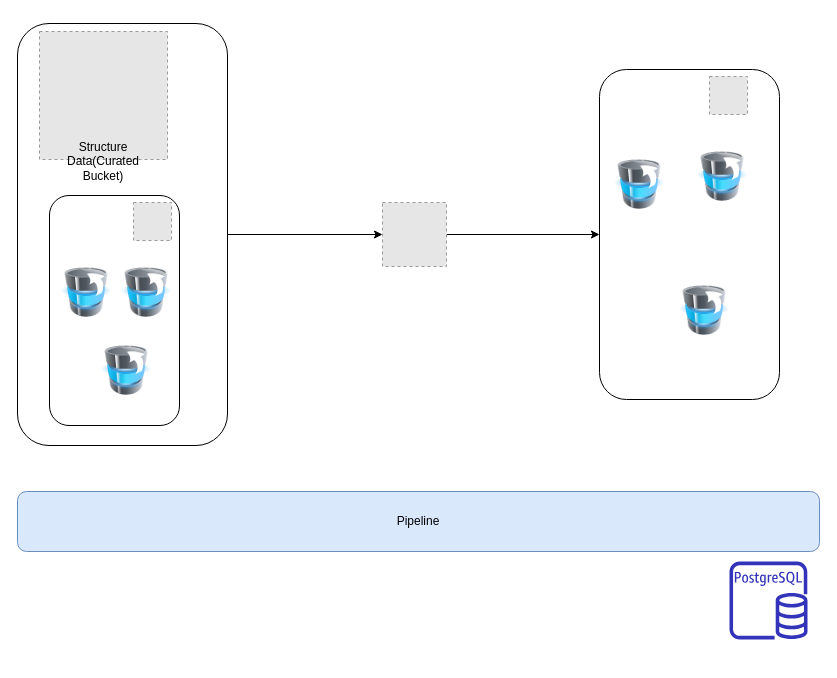
The draw.io diagram dbloader.drawio in bkosaraju/drawio, before the edit. Source tidied: cells renumbered, new cells numbered last; positions are measured from the earlier drawing's top-left corner, leaving out a move shared by most shapes. Both pictures are drawn from the tidied source at 100%, with x=0, y=0 at pixel (17, 23). Pictures stored in the file or linked from it are replaced by grey dashed boxes.
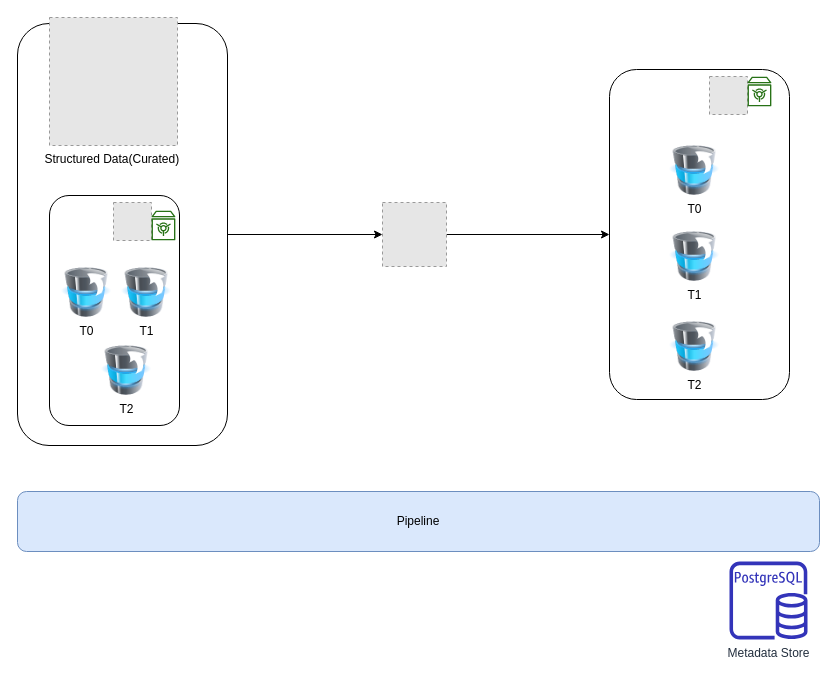
Above is the later version.

Change to the diagram source:
```diff
@@
-    <mxCell id="5" style="fillColor=#E6E6E6;strokeColor=#999999;dashed=1;html=1;verticalAlign=top;verticalLabelPosition=bottom;labelBackgroundColor=#ffffff;" parent="1" vertex="1">
-      <mxGeometry x="22" y="8" width="128" height="128" as="geometry" />
+    <mxCell id="5" value="Structured Data(Curated)&amp;nbsp;" style="fillColor=#E6E6E6;strokeColor=#999999;dashed=1;html=1;verticalAlign=top;verticalLabelPosition=bottom;labelBackgroundColor=#ffffff;" parent="1" vertex="1">
+      <mxGeometry x="32" y="-6" width="128" height="128" as="geometry" />
     </mxCell>
-    <mxCell id="6" style="image;html=1;image=img/lib/clip_art/computers/Database_Move_Stack_128x128.png;" parent="1" vertex="1">
+    <mxCell id="6" value="T2" style="image;html=1;image=img/lib/clip_art/computers/Database_Move_Stack_128x128.png;" parent="1" vertex="1">
       <mxGeometry x="84" y="322" width="50" height="50" as="geometry" />
     </mxCell>
     <mxCell id="7" style="rounded=1;whiteSpace=wrap;html=1;" parent="1" vertex="1">
-      <mxGeometry x="582" y="46" width="180" height="330" as="geometry" />
+      <mxGeometry x="592" y="46" width="180" height="330" as="geometry" />
     </mxCell>
@@
-    <mxCell id="9" style="image;html=1;image=img/lib/clip_art/computers/Database_Move_Stack_128x128.png;" parent="1" vertex="1">
-      <mxGeometry x="597" y="136" width="50" height="50" as="geometry" />
+    <mxCell id="9" value="T0" style="image;html=1;image=img/lib/clip_art/computers/Database_Move_Stack_128x128.png;" parent="1" vertex="1">
+      <mxGeometry x="652" y="122" width="50" height="50" as="geometry" />
     </mxCell>
-    <mxCell id="10" style="image;html=1;image=img/lib/clip_art/computers/Database_Move_Stack_128x128.png;" parent="1" vertex="1">
-      <mxGeometry x="680" y="128" width="50" height="50" as="geometry" />
+    <mxCell id="10" value="T1" style="image;html=1;image=img/lib/clip_art/computers/Database_Move_Stack_128x128.png;" parent="1" vertex="1">
+      <mxGeometry x="652" y="208" width="50" height="50" as="geometry" />
     </mxCell>
-    <mxCell id="11" style="image;html=1;image=img/lib/clip_art/computers/Database_Move_Stack_128x128.png;" parent="1" vertex="1">
-      <mxGeometry x="662" y="262" width="50" height="50" as="geometry" />
+    <mxCell id="11" value="T2" style="image;html=1;image=img/lib/clip_art/computers/Database_Move_Stack_128x128.png;" parent="1" vertex="1">
+      <mxGeometry x="652" y="298" width="50" height="50" as="geometry" />
     </mxCell>
-    <mxCell id="12" value="Structure Data(Curated Bucket)" style="text;html=1;strokeColor=none;fillColor=none;align=center;verticalAlign=middle;whiteSpace=wrap;rounded=0;" parent="1" vertex="1">
-      <mxGeometry x="36" y="128" width="100" height="20" as="geometry" />
-    </mxCell>
-    <mxCell id="13" style="image;html=1;image=img/lib/clip_art/computers/Database_Move_Stack_128x128.png;" parent="1" vertex="1">
+    <mxCell id="13" value="T0" style="image;html=1;image=img/lib/clip_art/computers/Database_Move_Stack_128x128.png;" parent="1" vertex="1">
       <mxGeometry x="44" y="244" width="50" height="50" as="geometry" />
     </mxCell>
-    <mxCell id="14" style="image;html=1;image=img/lib/clip_art/computers/Database_Move_Stack_128x128.png;" parent="1" vertex="1">
+    <mxCell id="14" value="T1" style="image;html=1;image=img/lib/clip_art/computers/Database_Move_Stack_128x128.png;" parent="1" vertex="1">
       <mxGeometry x="104" y="244" width="50" height="50" as="geometry" />
     </mxCell>
     <mxCell id="15" style="fillColor=#E6E6E6;strokeColor=#999999;dashed=1;html=1;verticalAlign=top;verticalLabelPosition=bottom;labelBackgroundColor=#ffffff;" parent="1" vertex="1">
-      <mxGeometry x="116" y="179" width="38" height="38" as="geometry" />
+      <mxGeometry x="96" y="179" width="38" height="38" as="geometry" />
     </mxCell>
@@
-    <mxCell id="19" style="fontColor=#232F3E;gradientColor=none;fillColor=#3334B9;strokeColor=none;dashed=0;verticalLabelPosition=bottom;verticalAlign=top;align=center;html=1;fontSize=12;fontStyle=0;shape=mxgraph.aws4.rds_postgresql_instance;" parent="1" vertex="1">
+    <mxCell id="19" value="Metadata Store" style="fontColor=#232F3E;gradientColor=none;fillColor=#3334B9;strokeColor=none;dashed=0;verticalLabelPosition=bottom;verticalAlign=top;align=center;html=1;fontSize=12;fontStyle=0;shape=mxgraph.aws4.rds_postgresql_instance;" parent="1" vertex="1">
       <mxGeometry x="712" y="538" width="78" height="78" as="geometry" />
     </mxCell>
+    <mxCell id="20" style="fontColor=#232F3E;gradientColor=none;fillColor=#277116;strokeColor=none;dashed=0;verticalLabelPosition=bottom;verticalAlign=top;align=center;html=1;fontSize=12;fontStyle=0;shape=mxgraph.aws4.vault;" parent="1" vertex="1">
+      <mxGeometry x="730" y="53" width="23.9" height="30" as="geometry" />
+    </mxCell>
+    <mxCell id="21" style="fontColor=#232F3E;gradientColor=none;fillColor=#277116;strokeColor=none;dashed=0;verticalLabelPosition=bottom;verticalAlign=top;align=center;html=1;fontSize=12;fontStyle=0;shape=mxgraph.aws4.vault;" parent="1" vertex="1">
+      <mxGeometry x="134" y="187" width="23.9" height="30" as="geometry" />
+    </mxCell>
```
